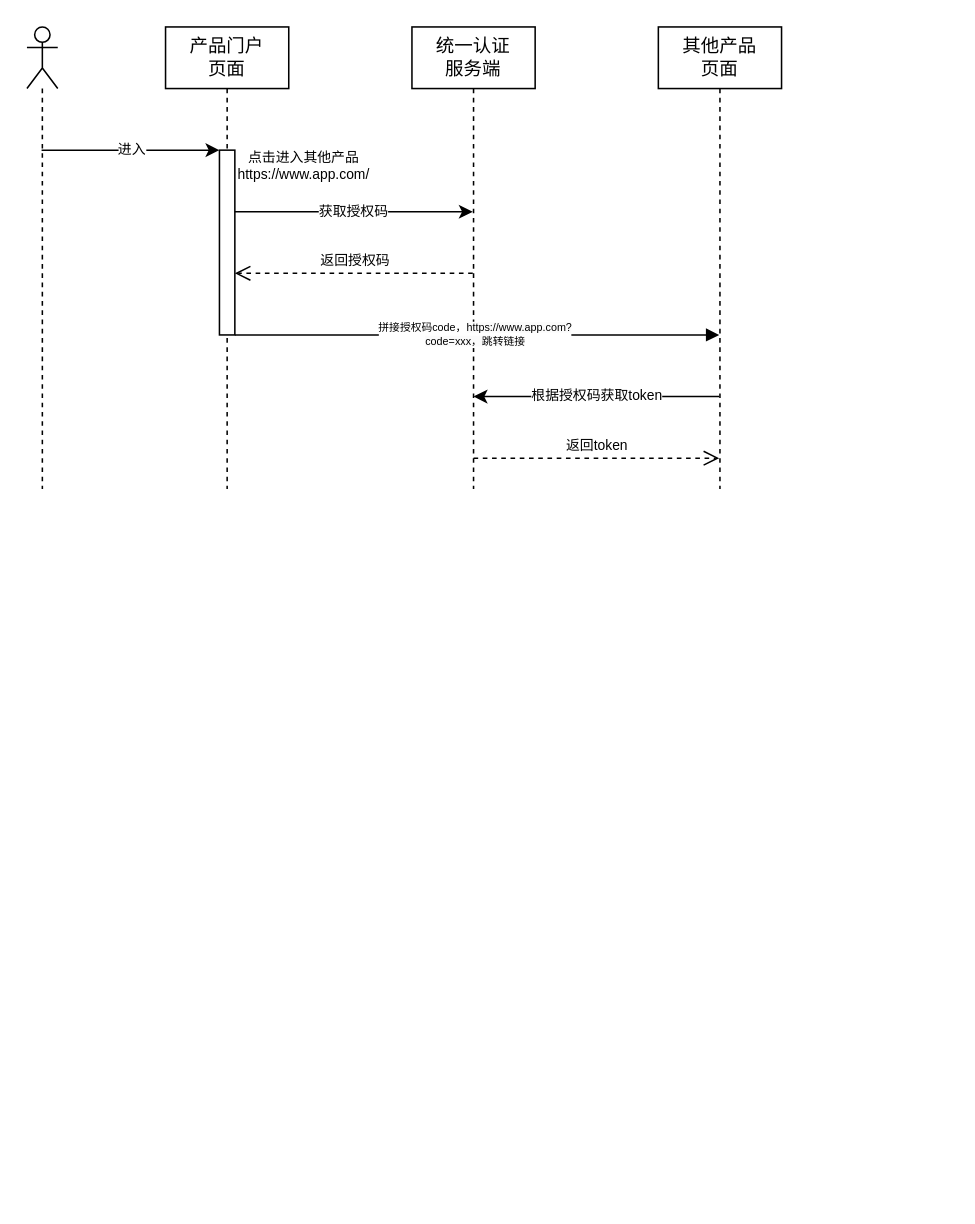
Earlier version of the draw.io diagram page "登录交互" (5 of 5) of others/产品中心.drawio (Qunz/drawio). Source tidied: cells renumbered, new cells numbered last; positions are measured from the earlier drawing's top-left corner, leaving out a move shared by most shapes. Both pictures are drawn from the tidied source at 154%, with x=0, y=0 at pixel (26, 26).
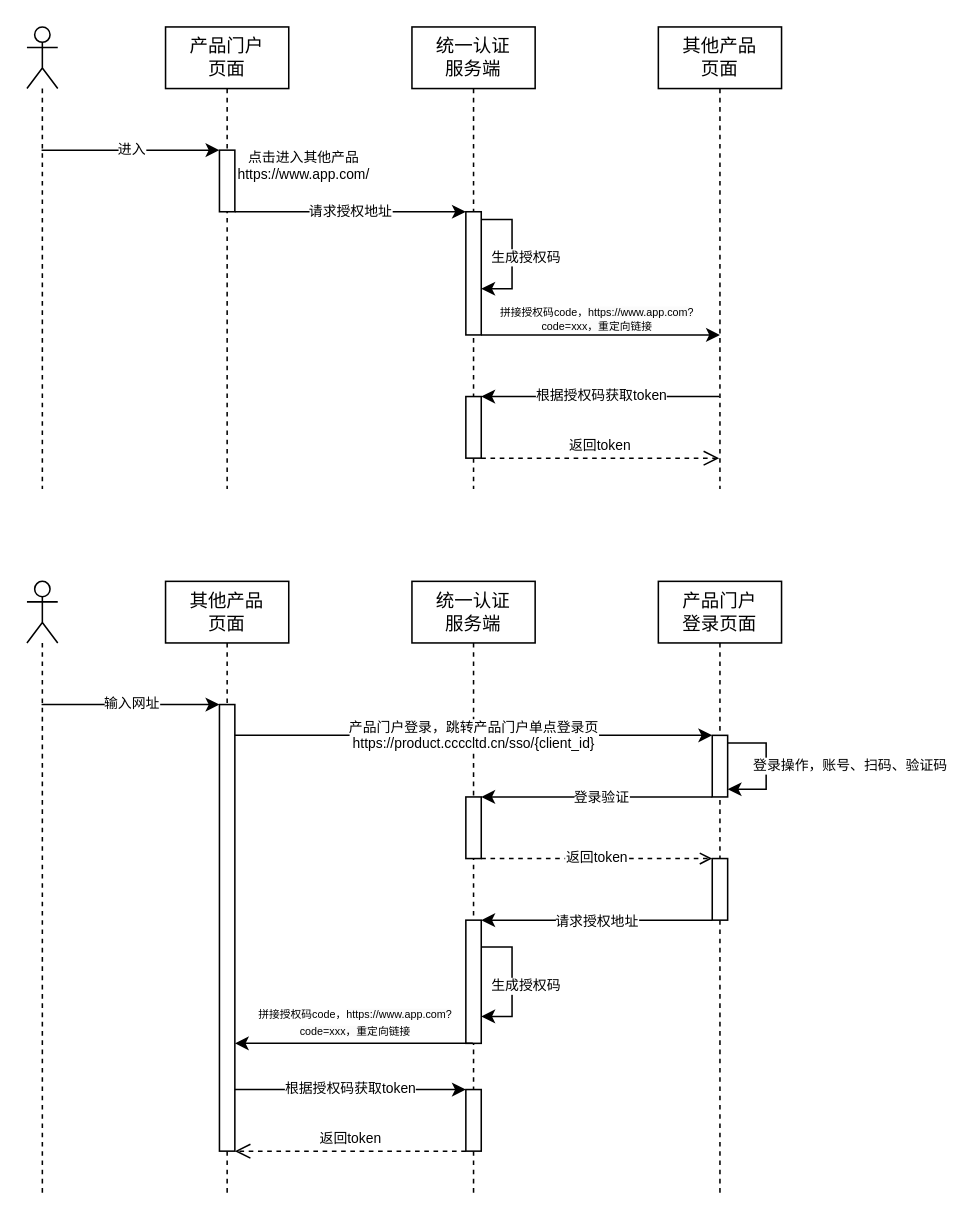
After the change.

Commit message:
更新产品中心.drawio

The change refers to these unchanged cells:
```xml
<mxCell id="4" value="产品门户&lt;div&gt;页面&lt;/div&gt;" style="shape=umlLifeline;perimeter=lifelinePerimeter;whiteSpace=wrap;html=1;newEdgeStyle={&quot;curved&quot;:0,&quot;rounded&quot;:0};" parent="1" vertex="1">
  <mxGeometry x="90" width="80" height="300" as="geometry" />
</mxCell>
<mxCell id="6" value="统一认证&lt;div&gt;服务端&lt;/div&gt;" style="shape=umlLifeline;perimeter=lifelinePerimeter;whiteSpace=wrap;html=1;outlineConnect=0;portConstraint=eastwest;newEdgeStyle={&quot;curved&quot;:0,&quot;rounded&quot;:0};" parent="1" vertex="1">
  <mxGeometry x="250" width="80" height="300" as="geometry" />
</mxCell>
```

Diff of the diagram source:
```diff
@@
     <mxCell id="5" style="html=1;points=[[0,0,0,0,5],[0,1,0,0,-5],[1,0,0,0,5],[1,1,0,0,-5]];perimeter=orthogonalPerimeter;outlineConnect=0;targetShapes=umlLifeline;portConstraint=eastwest;newEdgeStyle={&quot;curved&quot;:0,&quot;rounded&quot;:0};" parent="4" vertex="1">
-      <mxGeometry x="35" y="80" width="10" height="120" as="geometry" />
+      <mxGeometry x="35" y="80" width="10" height="40" as="geometry" />
     </mxCell>
@@
+    <mxCell id="14" style="html=1;points=[[0,0,0,0,5],[0,1,0,0,-5],[1,0,0,0,5],[1,1,0,0,-5]];perimeter=orthogonalPerimeter;outlineConnect=0;targetShapes=umlLifeline;portConstraint=eastwest;newEdgeStyle={&quot;curved&quot;:0,&quot;rounded&quot;:0};" parent="6" vertex="1">
+      <mxGeometry x="35" y="120" width="10" height="80" as="geometry" />
+    </mxCell>
+    <mxCell id="15" value="&lt;span style=&quot;color: rgb(0, 0, 0); font-family: Helvetica; font-style: normal; font-variant-ligatures: normal; font-variant-caps: normal; font-weight: 400; letter-spacing: normal; orphans: 2; text-align: center; text-indent: 0px; text-transform: none; widows: 2; word-spacing: 0px; -webkit-text-stroke-width: 0px; white-space: nowrap; background-color: rgb(255, 255, 255); text-decoration-thickness: initial; text-decoration-style: initial; text-decoration-color: initial; float: none; display: inline !important;&quot;&gt;生成授权码&lt;/span&gt;" style="edgeStyle=orthogonalEdgeStyle;rounded=0;orthogonalLoop=1;jettySize=auto;html=1;curved=0;fontSize=9;labelPosition=right;verticalLabelPosition=middle;align=left;verticalAlign=middle;exitX=1;exitY=0;exitDx=0;exitDy=5;exitPerimeter=0;" parent="6" edge="1" source="14" target="14">
+      <mxGeometry x="0.06" y="-15" relative="1" as="geometry">
+        <Array as="points">
+          <mxPoint x="65" y="125" />
+          <mxPoint x="65" y="170" />
+        </Array>
+      </mxGeometry>
+    </mxCell>
+    <mxCell id="16" style="html=1;points=[[0,0,0,0,5],[0,1,0,0,-5],[1,0,0,0,5],[1,1,0,0,-5]];perimeter=orthogonalPerimeter;outlineConnect=0;targetShapes=umlLifeline;portConstraint=eastwest;newEdgeStyle={&quot;curved&quot;:0,&quot;rounded&quot;:0};" parent="6" vertex="1">
+      <mxGeometry x="35" y="240" width="10" height="40" as="geometry" />
+    </mxCell>
@@
-    <mxCell id="9" value="获取授权码" style="edgeStyle=orthogonalEdgeStyle;rounded=0;jettySize=auto;html=1;curved=0;fontSize=9;" parent="1" edge="1" source="5" target="6">
+    <mxCell id="9" value="请求授权地址" style="edgeStyle=orthogonalEdgeStyle;rounded=0;jettySize=auto;html=1;curved=0;fontSize=9;" parent="1" edge="1" source="5" target="14">
       <mxGeometry relative="1" as="geometry">
         <Array as="points">
-          <mxPoint x="210" y="120" />
-          <mxPoint x="210" y="120" />
+          <mxPoint x="260" y="120" />
+          <mxPoint x="260" y="120" />
         </Array>
       </mxGeometry>
     </mxCell>
-    <mxCell id="10" value="返回授权码" style="html=1;verticalAlign=bottom;endArrow=open;dashed=1;endSize=8;curved=0;rounded=0;fontSize=9;" parent="1" edge="1" source="6" target="5">
-      <mxGeometry relative="1" as="geometry">
-        <Array as="points">
-          <mxPoint x="210" y="160" />
-        </Array>
-      </mxGeometry>
-    </mxCell>
-    <mxCell id="11" value="拼接授权码code，&lt;span style=&quot;background-color: light-dark(rgb(251, 251, 251), rgb(21, 21, 21)); text-wrap-mode: wrap; color: light-dark(rgb(0, 0, 0), rgb(255, 255, 255));&quot;&gt;https://www.app.com?code=xxx，&lt;/span&gt;&lt;span style=&quot;background-color: light-dark(rgb(251, 251, 251), rgb(21, 21, 21)); text-wrap-mode: wrap; color: light-dark(rgb(0, 0, 0), rgb(255, 255, 255));&quot;&gt;跳转链接&lt;/span&gt;" style="html=1;verticalAlign=middle;endArrow=block;rounded=0;fontSize=7;elbow=vertical;" parent="1" edge="1">
-      <mxGeometry x="-0.01" relative="1" as="geometry">
-        <mxPoint x="135" y="200" as="sourcePoint" />
-        <mxPoint x="449.5" y="200" as="targetPoint" />
+    <mxCell id="11" value="拼接授权码code，&lt;span style=&quot;background-color: light-dark(rgb(251, 251, 251), rgb(21, 21, 21)); text-wrap-mode: wrap; color: light-dark(rgb(0, 0, 0), rgb(255, 255, 255));&quot;&gt;https://www.app.com?code=xxx，重定向&lt;/span&gt;&lt;span style=&quot;background-color: light-dark(rgb(251, 251, 251), rgb(21, 21, 21)); text-wrap-mode: wrap; color: light-dark(rgb(0, 0, 0), rgb(255, 255, 255));&quot;&gt;链接&lt;/span&gt;" style="html=1;verticalAlign=middle;endArrow=classic;rounded=0;fontSize=7;elbow=vertical;endFill=1;" parent="1" edge="1">
+      <mxGeometry x="-0.03" y="10" relative="1" as="geometry">
+        <mxPoint x="295" y="200" as="sourcePoint" />
+        <mxPoint x="450" y="200" as="targetPoint" />
       </mxGeometry>
     </mxCell>
-    <mxCell id="12" value="根据授权码获取token" style="rounded=0;orthogonalLoop=1;jettySize=auto;html=1;fontSize=9;" parent="1" edge="1">
+    <mxCell id="12" value="根据授权码获取token" style="rounded=0;jettySize=auto;html=1;fontSize=9;" parent="1" edge="1" target="16">
       <mxGeometry relative="1" as="geometry">
         <mxPoint x="449.5" y="240" as="sourcePoint" />
-        <mxPoint x="290" y="240" as="targetPoint" />
       </mxGeometry>
     </mxCell>
-    <mxCell id="13" value="返回token" style="html=1;verticalAlign=bottom;endArrow=open;dashed=1;endSize=8;rounded=0;fontSize=9;" parent="1" edge="1">
+    <mxCell id="13" value="返回token" style="html=1;verticalAlign=bottom;endArrow=open;dashed=1;endSize=8;rounded=0;fontSize=9;" parent="1" edge="1" source="16">
       <mxGeometry relative="1" as="geometry">
-        <mxPoint x="290" y="280" as="sourcePoint" />
         <mxPoint x="449.5" y="280" as="targetPoint" />
       </mxGeometry>
     </mxCell>
+    <mxCell id="17" value="输入网址" style="edgeStyle=orthogonalEdgeStyle;rounded=0;jettySize=auto;html=1;curved=0;fontSize=9;" parent="1" edge="1" source="18" target="20">
+      <mxGeometry relative="1" as="geometry">
+        <Array as="points">
+          <mxPoint x="100" y="440" />
+          <mxPoint x="100" y="440" />
+        </Array>
+      </mxGeometry>
+    </mxCell>
+    <mxCell id="18" style="shape=umlLifeline;perimeter=lifelinePerimeter;whiteSpace=wrap;html=1;outlineConnect=0;portConstraint=eastwest;newEdgeStyle={&quot;curved&quot;:0,&quot;rounded&quot;:0};participant=umlActor;" parent="1" vertex="1">
+      <mxGeometry y="360" width="20" height="400" as="geometry" />
+    </mxCell>
+    <mxCell id="19" value="其他产品&lt;br&gt;&lt;div&gt;页面&lt;/div&gt;" style="shape=umlLifeline;perimeter=lifelinePerimeter;whiteSpace=wrap;html=1;newEdgeStyle={&quot;curved&quot;:0,&quot;rounded&quot;:0};" parent="1" vertex="1">
+      <mxGeometry x="90" y="360" width="80" height="400" as="geometry" />
+    </mxCell>
+    <mxCell id="20" style="html=1;points=[[0,0,0,0,5],[0,1,0,0,-5],[1,0,0,0,5],[1,1,0,0,-5]];perimeter=orthogonalPerimeter;outlineConnect=0;targetShapes=umlLifeline;portConstraint=eastwest;newEdgeStyle={&quot;curved&quot;:0,&quot;rounded&quot;:0};" parent="19" vertex="1">
+      <mxGeometry x="35" y="80" width="10" height="290" as="geometry" />
+    </mxCell>
+    <mxCell id="21" value="统一认证&lt;div&gt;服务端&lt;/div&gt;" style="shape=umlLifeline;perimeter=lifelinePerimeter;whiteSpace=wrap;html=1;newEdgeStyle={&quot;curved&quot;:0,&quot;rounded&quot;:0};" parent="1" vertex="1">
+      <mxGeometry x="250" y="360" width="80" height="400" as="geometry" />
+    </mxCell>
+    <mxCell id="22" style="html=1;points=[[0,0,0,0,5],[0,1,0,0,-5],[1,0,0,0,5],[1,1,0,0,-5]];perimeter=orthogonalPerimeter;outlineConnect=0;targetShapes=umlLifeline;portConstraint=eastwest;newEdgeStyle={&quot;curved&quot;:0,&quot;rounded&quot;:0};" parent="21" vertex="1">
+      <mxGeometry x="35" y="140" width="10" height="40" as="geometry" />
+    </mxCell>
+    <mxCell id="23" style="html=1;perimeter=orthogonalPerimeter;targetShapes=umlLifeline;newEdgeStyle={&quot;curved&quot;:0,&quot;rounded&quot;:0};" parent="21" vertex="1">
+      <mxGeometry x="35" y="220" width="10" height="80" as="geometry" />
+    </mxCell>
+    <mxCell id="24" value="&lt;span style=&quot;color: rgb(0, 0, 0); font-family: Helvetica; font-style: normal; font-variant-ligatures: normal; font-variant-caps: normal; font-weight: 400; letter-spacing: normal; orphans: 2; text-align: center; text-indent: 0px; text-transform: none; widows: 2; word-spacing: 0px; -webkit-text-stroke-width: 0px; white-space: nowrap; background-color: rgb(255, 255, 255); text-decoration-thickness: initial; text-decoration-style: initial; text-decoration-color: initial; float: none; display: inline !important;&quot;&gt;生成授权码&lt;/span&gt;" style="edgeStyle=orthogonalEdgeStyle;rounded=0;orthogonalLoop=1;jettySize=auto;html=1;curved=0;fontSize=9;labelPosition=right;verticalLabelPosition=middle;align=left;verticalAlign=middle;exitX=1;exitY=0;exitDx=0;exitDy=5;exitPerimeter=0;" parent="21" edge="1">
+      <mxGeometry x="0.06" y="-15" relative="1" as="geometry">
+        <mxPoint x="45" y="237.5" as="sourcePoint" />
+        <mxPoint x="45" y="282.5" as="targetPoint" />
+        <Array as="points">
+          <mxPoint x="65" y="237.5" />
+          <mxPoint x="65" y="282.5" />
+        </Array>
+      </mxGeometry>
+    </mxCell>
+    <mxCell id="25" style="html=1;points=[[0,0,0,0,5],[0,1,0,0,-5],[1,0,0,0,5],[1,1,0,0,-5]];perimeter=orthogonalPerimeter;outlineConnect=0;targetShapes=umlLifeline;portConstraint=eastwest;newEdgeStyle={&quot;curved&quot;:0,&quot;rounded&quot;:0};" parent="21" vertex="1">
+      <mxGeometry x="35" y="330" width="10" height="40" as="geometry" />
+    </mxCell>
+    <mxCell id="26" value="返回token" style="edgeStyle=orthogonalEdgeStyle;rounded=0;jettySize=auto;html=1;curved=0;fontSize=9;dashed=1;endArrow=open;endFill=0;" parent="1" edge="1" source="22" target="31">
+      <mxGeometry relative="1" as="geometry">
+        <Array as="points">
+          <mxPoint x="410" y="540" />
+          <mxPoint x="410" y="540" />
+        </Array>
+      </mxGeometry>
+    </mxCell>
+    <mxCell id="27" value="&lt;span style=&quot;font-size: 7px;&quot;&gt;拼接授权码code，&lt;/span&gt;&lt;span style=&quot;color: light-dark(rgb(0, 0, 0), rgb(255, 255, 255)); font-size: 7px; text-wrap-mode: wrap; background-color: light-dark(rgb(251, 251, 251), rgb(21, 21, 21));&quot;&gt;https://www.app.com?code=xxx，重定向&lt;/span&gt;&lt;span style=&quot;color: light-dark(rgb(0, 0, 0), rgb(255, 255, 255)); font-size: 7px; text-wrap-mode: wrap; background-color: light-dark(rgb(251, 251, 251), rgb(21, 21, 21));&quot;&gt;链接&lt;/span&gt;" style="html=1;verticalAlign=bottom;endArrow=classic;endSize=6;rounded=0;fontSize=9;endFill=1;" parent="1" edge="1">
+      <mxGeometry relative="1" as="geometry">
+        <mxPoint x="289.5" y="660" as="sourcePoint" />
+        <mxPoint x="135" y="660" as="targetPoint" />
+      </mxGeometry>
+    </mxCell>
+    <mxCell id="28" value="产品门户&lt;br&gt;登录页面" style="shape=umlLifeline;perimeter=lifelinePerimeter;whiteSpace=wrap;html=1;newEdgeStyle={&quot;curved&quot;:0,&quot;rounded&quot;:0};" parent="1" vertex="1">
+      <mxGeometry x="410" y="360" width="80" height="400" as="geometry" />
+    </mxCell>
+    <mxCell id="29" style="html=1;points=[[0,0,0,0,5],[0,1,0,0,-5],[1,0,0,0,5],[1,1,0,0,-5]];perimeter=orthogonalPerimeter;outlineConnect=0;targetShapes=umlLifeline;portConstraint=eastwest;newEdgeStyle={&quot;curved&quot;:0,&quot;rounded&quot;:0};" parent="28" vertex="1">
+      <mxGeometry x="35" y="100" width="10" height="40" as="geometry" />
+    </mxCell>
+    <mxCell id="30" value="登录操作，账号、扫码、验证码" style="edgeStyle=orthogonalEdgeStyle;rounded=0;orthogonalLoop=1;jettySize=auto;html=1;curved=0;fontSize=9;exitX=1;exitY=0;exitDx=0;exitDy=5;exitPerimeter=0;entryX=1;entryY=1;entryDx=0;entryDy=-5;entryPerimeter=0;labelPosition=right;verticalLabelPosition=middle;align=left;verticalAlign=middle;" parent="28" edge="1" source="29" target="29">
+      <mxGeometry y="-10" relative="1" as="geometry">
+        <Array as="points">
+          <mxPoint x="70" y="105" />
+          <mxPoint x="70" y="135" />
+        </Array>
+      </mxGeometry>
+    </mxCell>
+    <mxCell id="31" style="html=1;points=[[0,0,0,0,5],[0,1,0,0,-5],[1,0,0,0,5],[1,1,0,0,-5]];perimeter=orthogonalPerimeter;outlineConnect=0;targetShapes=umlLifeline;portConstraint=eastwest;newEdgeStyle={&quot;curved&quot;:0,&quot;rounded&quot;:0};" parent="28" vertex="1">
+      <mxGeometry x="35" y="180" width="10" height="40" as="geometry" />
+    </mxCell>
+    <mxCell id="32" value="产品门户登录，跳转产品门户单点登录页&lt;div&gt;https://product.ccccltd.cn/sso/{client_id}&lt;/div&gt;" style="edgeStyle=orthogonalEdgeStyle;rounded=0;jettySize=auto;html=1;curved=0;fontSize=9;" parent="1" edge="1" target="29">
+      <mxGeometry relative="1" as="geometry">
+        <mxPoint x="135" y="460" as="sourcePoint" />
+        <Array as="points">
+          <mxPoint x="370" y="460" />
+          <mxPoint x="370" y="460" />
+        </Array>
+      </mxGeometry>
+    </mxCell>
+    <mxCell id="33" style="edgeStyle=orthogonalEdgeStyle;rounded=0;jettySize=auto;html=1;curved=0;" parent="1" edge="1" source="29" target="22">
+      <mxGeometry relative="1" as="geometry">
+        <Array as="points">
+          <mxPoint x="410" y="500" />
+          <mxPoint x="410" y="500" />
+        </Array>
+      </mxGeometry>
+    </mxCell>
+    <mxCell id="34" value="登录验证" style="edgeLabel;html=1;align=center;verticalAlign=middle;fontSize=9;" parent="33" vertex="1">
+      <mxGeometry x="-0.15" y="-1" relative="1" as="geometry">
+        <mxPoint x="-9" y="1" as="offset" />
+      </mxGeometry>
+    </mxCell>
+    <mxCell id="35" value="&lt;span style=&quot;font-size: 9px;&quot;&gt;请求授权地址&lt;/span&gt;" style="edgeStyle=orthogonalEdgeStyle;rounded=0;jettySize=auto;html=1;curved=0;" parent="1" edge="1" source="31">
+      <mxGeometry relative="1" as="geometry">
+        <mxPoint x="295" y="580" as="targetPoint" />
+        <Array as="points">
+          <mxPoint x="410" y="580" />
+          <mxPoint x="410" y="580" />
+        </Array>
+      </mxGeometry>
+    </mxCell>
+    <mxCell id="36" value="根据授权码获取token" style="rounded=0;jettySize=auto;html=1;fontSize=9;" parent="1" edge="1" source="20" target="25">
+      <mxGeometry relative="1" as="geometry" />
+    </mxCell>
+    <mxCell id="37" value="返回token" style="html=1;verticalAlign=bottom;endArrow=open;dashed=1;endSize=8;rounded=0;fontSize=9;" parent="1" edge="1">
+      <mxGeometry relative="1" as="geometry">
+        <mxPoint x="285" y="730" as="sourcePoint" />
+        <mxPoint x="135" y="730" as="targetPoint" />
+      </mxGeometry>
+    </mxCell>
```
